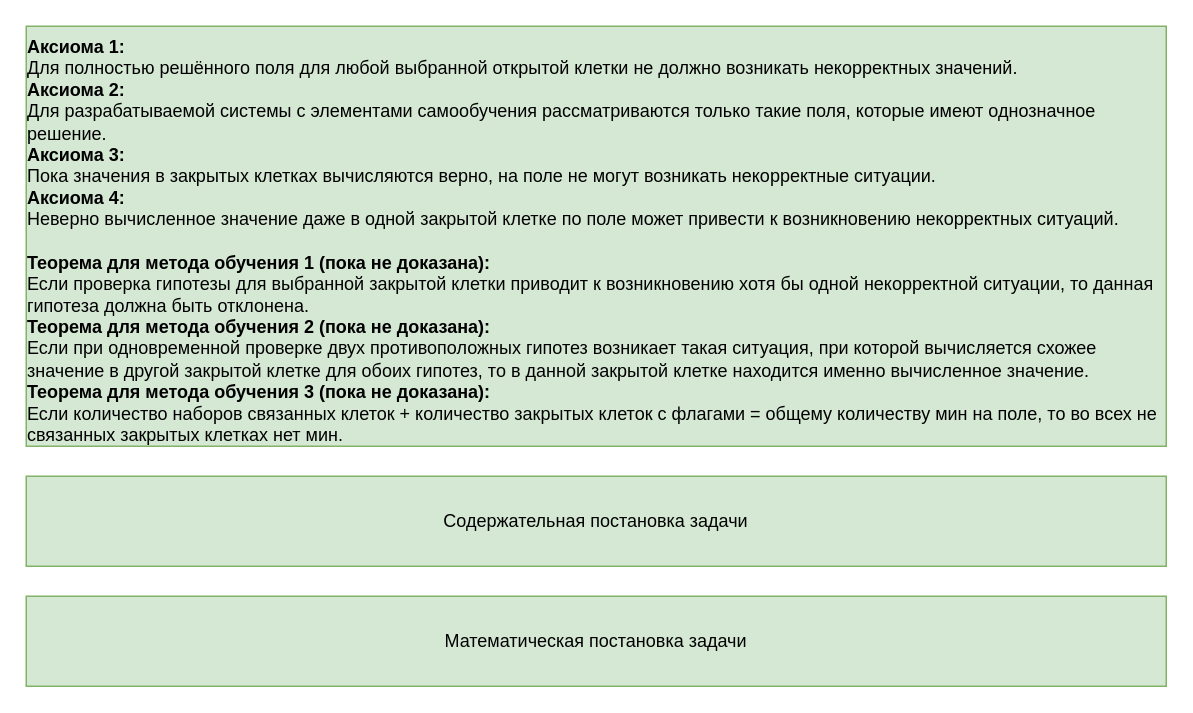
Before: page "Теория" (3 of 15) of docs/Описание работы.drawio in xex238/Diploma_2022, a draw.io diagram. Source tidied: cells renumbered, new cells numbered last; positions are measured from the earlier drawing's top-left corner, leaving out a move shared by most shapes. Both pictures are drawn from the tidied source at 150%, with x=0, y=0 at pixel (26, 26).
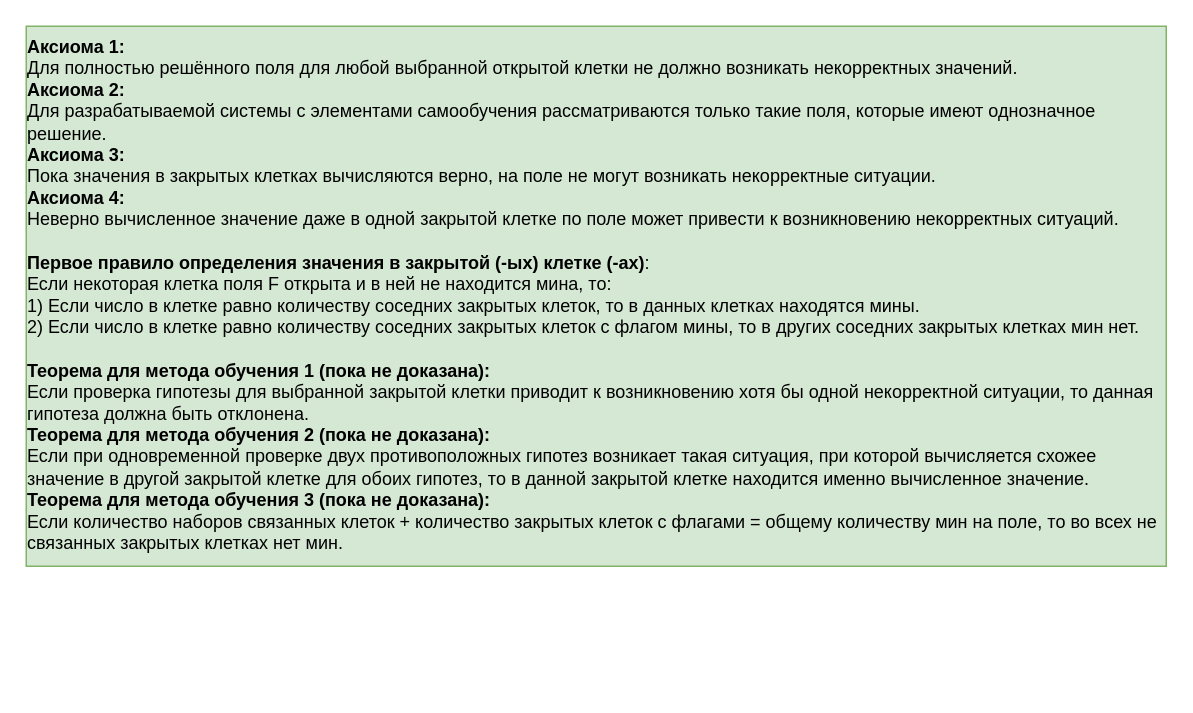
After the change.

Diff of the diagram source:
```diff
@@
 <mxGraphModel>
   <root>
     <mxCell id="0" />
     <mxCell id="1" parent="0" />
-    <mxCell id="2" value="&lt;div style=&quot;text-align: left&quot;&gt;&lt;span&gt;&lt;b&gt;Аксиома 1:&lt;/b&gt;&lt;/span&gt;&lt;/div&gt;&lt;div style=&quot;text-align: left&quot;&gt;&lt;span&gt;Для полностью решённого поля для любой выбранной открытой клетки не должно возникать некорректных значений.&lt;/span&gt;&lt;/div&gt;&lt;div style=&quot;text-align: left&quot;&gt;&lt;b&gt;Аксиома 2:&lt;/b&gt;&lt;/div&gt;&lt;div style=&quot;text-align: left&quot;&gt;Для разрабатываемой системы с элементами самообучения рассматриваются только такие поля, которые имеют однозначное решение.&lt;/div&gt;&lt;div style=&quot;text-align: left&quot;&gt;&lt;b&gt;Аксиома 3:&lt;/b&gt;&lt;/div&gt;&lt;div style=&quot;text-align: left&quot;&gt;Пока значения в закрытых клетках вычисляются верно, на поле не могут возникать некорректные ситуации.&lt;/div&gt;&lt;div style=&quot;text-align: left&quot;&gt;&lt;b&gt;Аксиома 4:&lt;/b&gt;&lt;/div&gt;&lt;div style=&quot;text-align: left&quot;&gt;Неверно вычисленное значение даже в одной закрытой клетке по поле может привести к возникновению некорректных ситуаций.&lt;/div&gt;&lt;div style=&quot;text-align: left&quot;&gt;&lt;span&gt;&lt;br&gt;&lt;/span&gt;&lt;/div&gt;&lt;div style=&quot;text-align: left&quot;&gt;&lt;span&gt;&lt;b&gt;Теорема для метода обучения 1 (пока не доказана):&lt;/b&gt;&lt;/span&gt;&lt;/div&gt;&lt;div style=&quot;text-align: left&quot;&gt;&lt;span&gt;Если проверка гипотезы для выбранной закрытой клетки приводит к возникновению хотя бы одной некорректной ситуации, то данная гипотеза должна быть отклонена.&lt;/span&gt;&lt;/div&gt;&lt;div style=&quot;text-align: left&quot;&gt;&lt;span&gt;&lt;b&gt;Теорема для метода обучения 2 (пока не доказана):&lt;/b&gt;&lt;/span&gt;&lt;/div&gt;&lt;div style=&quot;text-align: left&quot;&gt;&lt;span&gt;Если при одновременной проверке двух противоположных гипотез возникает такая ситуация, при которой вычисляется схожее значение в другой закрытой клетке для обоих гипотез, то в данной закрытой клетке находится именно вычисленное значение.&lt;/span&gt;&lt;/div&gt;&lt;div style=&quot;text-align: left&quot;&gt;&lt;span&gt;&lt;b&gt;Теорема для метода обучения 3 (пока не доказана):&lt;/b&gt;&lt;/span&gt;&lt;/div&gt;&lt;div style=&quot;text-align: left&quot;&gt;&lt;span&gt;Если количество наборов связанных клеток + количество закрытых клеток с флагами = общему количеству мин на поле, то во всех не связанных закрытых клетках нет мин.&lt;/span&gt;&lt;/div&gt;" style="text;html=1;strokeColor=#82b366;fillColor=#d5e8d4;align=center;verticalAlign=top;whiteSpace=wrap;rounded=0;" parent="1" vertex="1">
-      <mxGeometry width="760" height="280" as="geometry" />
+    <mxCell id="2" value="&lt;div style=&quot;text-align: left&quot;&gt;&lt;span&gt;&lt;b&gt;Аксиома 1:&lt;/b&gt;&lt;/span&gt;&lt;/div&gt;&lt;div style=&quot;text-align: left&quot;&gt;&lt;span&gt;Для полностью решённого поля для любой выбранной открытой клетки не должно возникать некорректных значений.&lt;/span&gt;&lt;/div&gt;&lt;div style=&quot;text-align: left&quot;&gt;&lt;b&gt;Аксиома 2:&lt;/b&gt;&lt;/div&gt;&lt;div style=&quot;text-align: left&quot;&gt;Для разрабатываемой системы с элементами самообучения рассматриваются только такие поля, которые имеют однозначное решение.&lt;/div&gt;&lt;div style=&quot;text-align: left&quot;&gt;&lt;b&gt;Аксиома 3:&lt;/b&gt;&lt;/div&gt;&lt;div style=&quot;text-align: left&quot;&gt;Пока значения в закрытых клетках вычисляются верно, на поле не могут возникать некорректные ситуации.&lt;/div&gt;&lt;div style=&quot;text-align: left&quot;&gt;&lt;b&gt;Аксиома 4:&lt;/b&gt;&lt;/div&gt;&lt;div style=&quot;text-align: left&quot;&gt;Неверно вычисленное значение даже в одной закрытой клетке по поле может привести к возникновению некорректных ситуаций.&lt;/div&gt;&lt;div style=&quot;text-align: left&quot;&gt;&lt;span&gt;&lt;br&gt;&lt;/span&gt;&lt;/div&gt;&lt;div style=&quot;text-align: left&quot;&gt;&lt;b&gt;Первое правило определения значения в закрытой (-ых) клетке (-ах)&lt;/b&gt;:&lt;/div&gt;&lt;div style=&quot;text-align: left&quot;&gt;&lt;span&gt;Если некоторая клетка поля F открыта и в ней не находится мина, то:&lt;/span&gt;&lt;/div&gt;&lt;div style=&quot;text-align: left&quot;&gt;&lt;span&gt;1) Если число в клетке равно количеству соседних закрытых клеток, то в данных клетках находятся мины.&lt;/span&gt;&lt;/div&gt;&lt;div style=&quot;text-align: left&quot;&gt;&lt;span&gt;2) Если число в клетке равно количеству соседних закрытых клеток с флагом мины, то в других соседних закрытых клетках мин нет.&lt;/span&gt;&lt;/div&gt;&lt;div style=&quot;text-align: left&quot;&gt;&lt;span&gt;&lt;br&gt;&lt;/span&gt;&lt;/div&gt;&lt;div style=&quot;text-align: left&quot;&gt;&lt;span&gt;&lt;b&gt;Теорема для метода обучения 1 (пока не доказана):&lt;/b&gt;&lt;/span&gt;&lt;/div&gt;&lt;div style=&quot;text-align: left&quot;&gt;&lt;span&gt;Если проверка гипотезы для выбранной закрытой клетки приводит к возникновению хотя бы одной некорректной ситуации, то данная гипотеза должна быть отклонена.&lt;/span&gt;&lt;/div&gt;&lt;div style=&quot;text-align: left&quot;&gt;&lt;span&gt;&lt;b&gt;Теорема для метода обучения 2 (пока не доказана):&lt;/b&gt;&lt;/span&gt;&lt;/div&gt;&lt;div style=&quot;text-align: left&quot;&gt;&lt;span&gt;Если при одновременной проверке двух противоположных гипотез возникает такая ситуация, при которой вычисляется схожее значение в другой закрытой клетке для обоих гипотез, то в данной закрытой клетке находится именно вычисленное значение.&lt;/span&gt;&lt;/div&gt;&lt;div style=&quot;text-align: left&quot;&gt;&lt;span&gt;&lt;b&gt;Теорема для метода обучения 3 (пока не доказана):&lt;/b&gt;&lt;/span&gt;&lt;/div&gt;&lt;div style=&quot;text-align: left&quot;&gt;&lt;span&gt;Если количество наборов связанных клеток + количество закрытых клеток с флагами = общему количеству мин на поле, то во всех не связанных закрытых клетках нет мин.&lt;/span&gt;&lt;/div&gt;" style="text;html=1;strokeColor=#82b366;fillColor=#d5e8d4;align=center;verticalAlign=top;whiteSpace=wrap;rounded=0;" parent="1" vertex="1">
+      <mxGeometry width="760" height="360" as="geometry" />
     </mxCell>
-    <mxCell id="3" value="Содержательная постановка задачи" style="text;html=1;strokeColor=#82b366;fillColor=#d5e8d4;align=center;verticalAlign=middle;whiteSpace=wrap;rounded=0;" parent="1" vertex="1">
-      <mxGeometry y="300" width="760" height="60" as="geometry" />
-    </mxCell>
-    <mxCell id="4" value="Математическая постановка задачи" style="text;html=1;strokeColor=#82b366;fillColor=#d5e8d4;align=center;verticalAlign=middle;whiteSpace=wrap;rounded=0;" parent="1" vertex="1">
-      <mxGeometry y="380" width="760" height="60" as="geometry" />
-    </mxCell>
   </root>
 </mxGraphModel>
```
